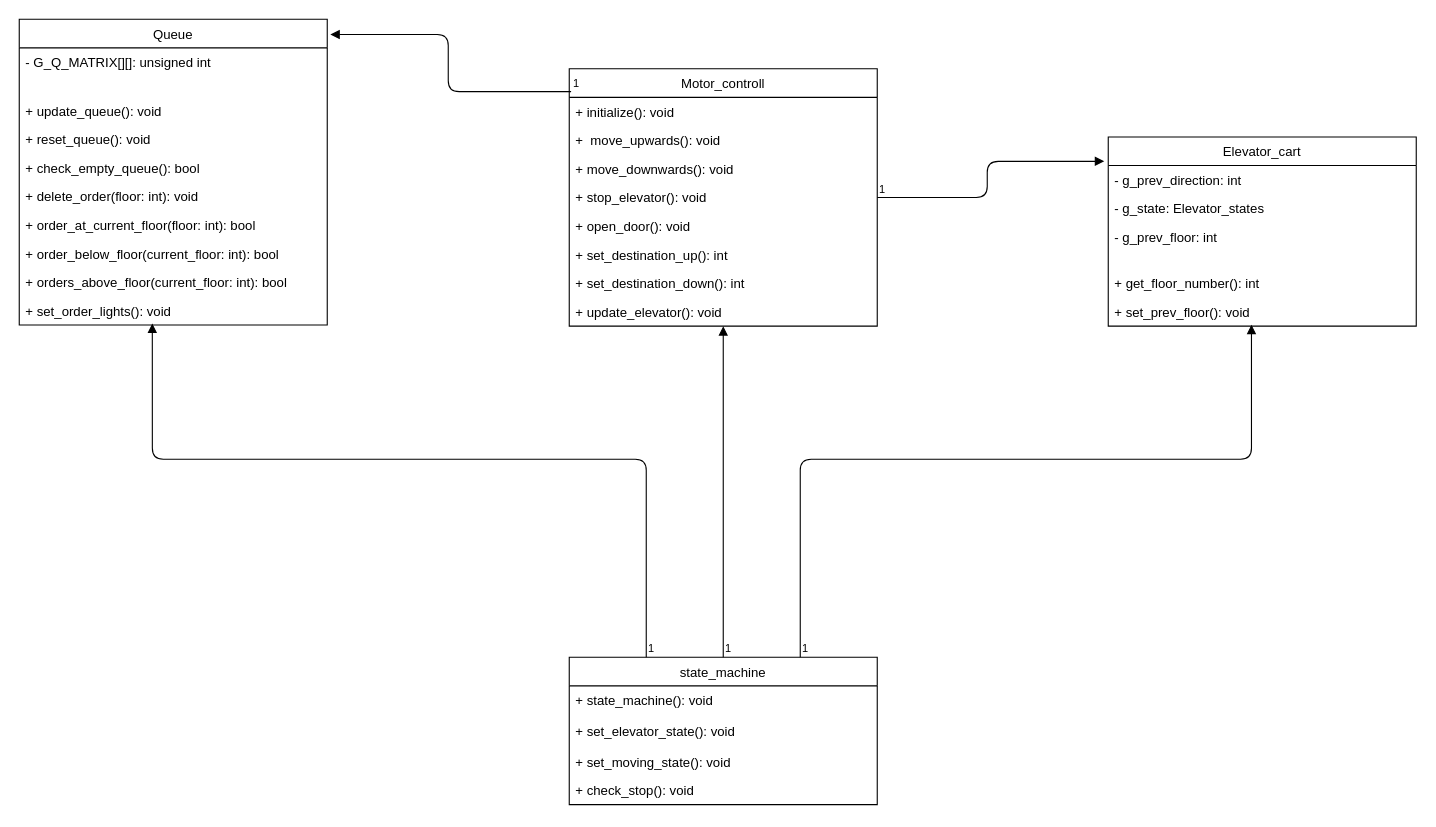
aurorami1211/heilab keeps this draw.io diagram as Untitled Diagram.drawio. Above is the earlier version. Source tidied: cells renumbered, new cells numbered last; positions are measured from the earlier drawing's top-left corner, leaving out a move shared by most shapes. Both pictures are drawn from the tidied source at 110%, with x=0, y=0 at pixel (19, 19).
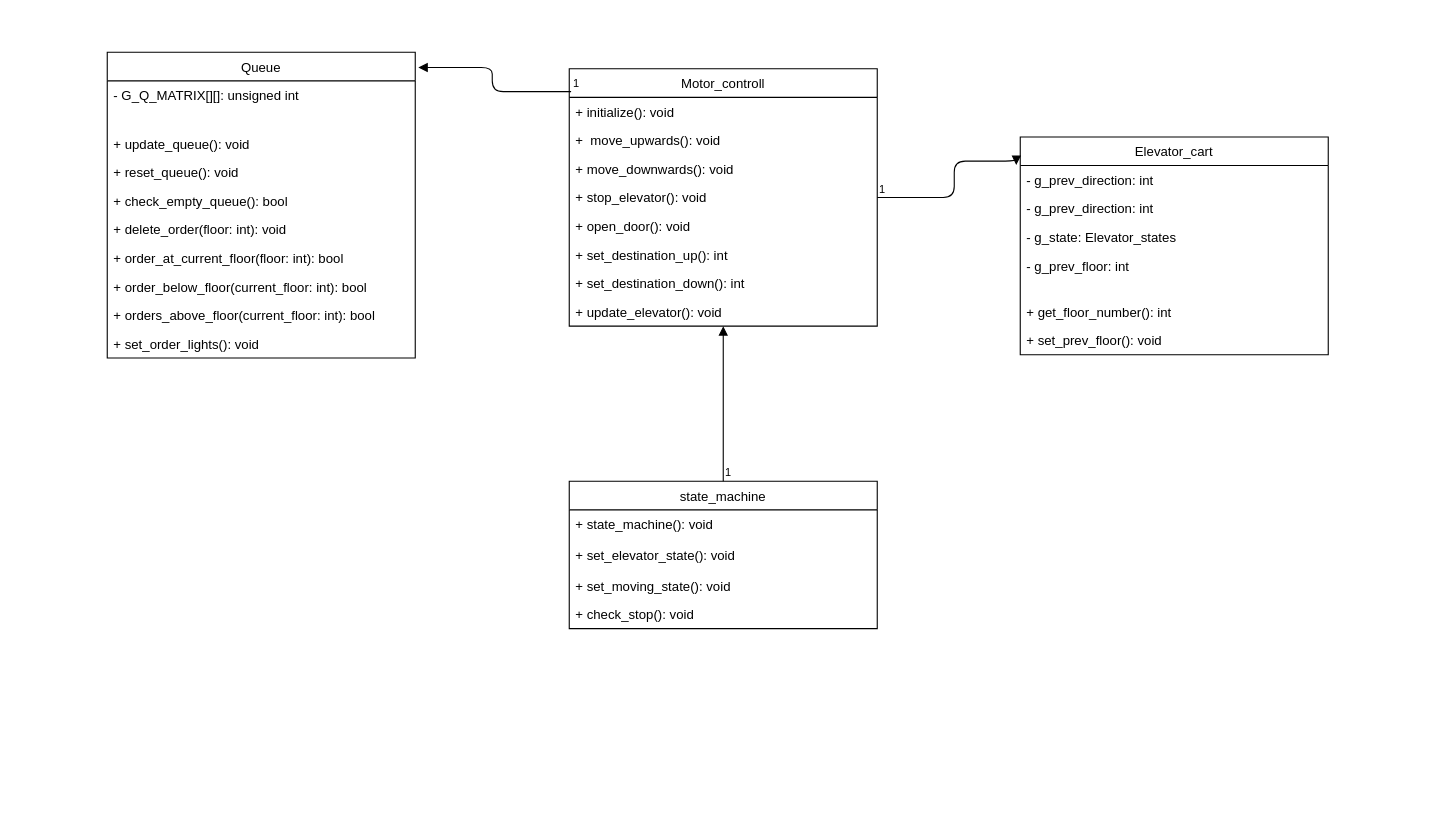
The same diagram, later.

Unchanged cells that the change refers to:
```xml
<mxCell id="17" value="+ set_order_lights(): void" style="text;strokeColor=none;fillColor=none;align=left;verticalAlign=top;spacingLeft=4;spacingRight=4;overflow=hidden;points=[[0,0.5],[1,0.5]];portConstraint=eastwest;" parent="8" vertex="1">
  <mxGeometry y="252" width="280" height="26" as="geometry" />
</mxCell>
<mxCell id="27" value="+ stop_elevator(): void" style="text;strokeColor=none;fillColor=none;align=left;verticalAlign=top;spacingLeft=4;spacingRight=4;overflow=hidden;points=[[0,0.5],[1,0.5]];portConstraint=eastwest;" parent="23" vertex="1">
  <mxGeometry y="104" width="280" height="26" as="geometry" />
</mxCell>
```

Diff of the diagram source:
```diff
@@
     <mxCell id="2" value="Elevator_cart" style="swimlane;fontStyle=0;horizontal=1;startSize=26;fillColor=none;" parent="1" vertex="1">
-      <mxGeometry x="990" y="107" width="280" height="172" as="geometry" />
+      <mxGeometry x="910" y="107" width="280" height="198" as="geometry" />
     </mxCell>
+    <mxCell id="42" value="- g_prev_direction: int" style="text;strokeColor=none;fillColor=none;align=left;verticalAlign=top;spacingLeft=4;spacingRight=4;overflow=hidden;" parent="2" vertex="1">
+      <mxGeometry y="26" width="280" height="26" as="geometry" />
+    </mxCell>
     <mxCell id="3" value="- g_prev_direction: int" style="text;strokeColor=none;fillColor=none;align=left;verticalAlign=top;spacingLeft=4;spacingRight=4;overflow=hidden;" parent="2" vertex="1">
-      <mxGeometry y="26" width="280" height="26" as="geometry" />
+      <mxGeometry y="52" width="280" height="26" as="geometry" />
     </mxCell>
     <mxCell id="4" value="- g_state: Elevator_states" style="text;strokeColor=none;fillColor=none;align=left;verticalAlign=top;spacingLeft=4;spacingRight=4;overflow=hidden;" parent="2" vertex="1">
-      <mxGeometry y="52" width="280" height="26" as="geometry" />
+      <mxGeometry y="78" width="280" height="26" as="geometry" />
     </mxCell>
     <mxCell id="5" value="- g_prev_floor: int" style="text;strokeColor=none;fillColor=none;align=left;verticalAlign=top;spacingLeft=4;spacingRight=4;overflow=hidden;" parent="2" vertex="1">
-      <mxGeometry y="78" width="280" height="42" as="geometry" />
+      <mxGeometry y="104" width="280" height="42" as="geometry" />
     </mxCell>
     <mxCell id="6" value="+ get_floor_number(): int" style="text;strokeColor=none;fillColor=none;align=left;verticalAlign=top;spacingLeft=4;spacingRight=4;overflow=hidden;" parent="2" vertex="1">
-      <mxGeometry y="120" width="280" height="26" as="geometry" />
+      <mxGeometry y="146" width="280" height="26" as="geometry" />
     </mxCell>
     <mxCell id="7" value="+ set_prev_floor(): void" style="text;strokeColor=none;fillColor=none;align=left;verticalAlign=top;spacingLeft=4;spacingRight=4;overflow=hidden;points=[[0,0.5],[1,0.5]];portConstraint=eastwest;" parent="2" vertex="1">
-      <mxGeometry y="146" width="280" height="26" as="geometry" />
+      <mxGeometry y="172" width="280" height="26" as="geometry" />
     </mxCell>
     <mxCell id="8" value="Queue" style="swimlane;fontStyle=0;horizontal=1;startSize=26;fillColor=none;" parent="1" vertex="1">
-      <mxGeometry width="280" height="278" as="geometry" />
+      <mxGeometry x="80" y="30" width="280" height="278" as="geometry" />
     </mxCell>
@@
     <mxCell id="18" value="state_machine" style="swimlane;fontStyle=0;horizontal=1;startSize=26;fillColor=none;" parent="1" vertex="1">
-      <mxGeometry x="500" y="580" width="280" height="134" as="geometry" />
+      <mxGeometry x="500" y="420" width="280" height="134" as="geometry" />
     </mxCell>
@@
     <mxCell id="36" style="endArrow=block;endFill=1;html=1;edgeStyle=orthogonalEdgeStyle;align=left;verticalAlign=top;entryX=-0.013;entryY=0.129;entryDx=0;entryDy=0;exitX=1;exitY=0.5;exitDx=0;exitDy=0;entryPerimeter=0;" parent="1" edge="1" source="27" target="2">
       <mxGeometry x="0.63" y="27" relative="1" as="geometry">
         <Array as="points">
-          <mxPoint x="880" y="162" />
-          <mxPoint x="880" y="129" />
+          <mxPoint x="850" y="162" />
+          <mxPoint x="850" y="129" />
+          <mxPoint x="907" y="129" />
         </Array>
       </mxGeometry>
     </mxCell>
@@
-    <mxCell id="38" style="endArrow=block;endFill=1;html=1;edgeStyle=orthogonalEdgeStyle;align=left;verticalAlign=top;entryX=0.432;entryY=0.949;entryDx=0;entryDy=0;entryPerimeter=0;" parent="1" edge="1" target="17">
-      <mxGeometry x="0.86" y="-20" relative="1" as="geometry">
-        <mxPoint x="570" y="580" as="sourcePoint" />
-        <Array as="points">
-          <mxPoint x="570" y="580" />
-          <mxPoint x="570" y="400" />
-          <mxPoint x="121" y="400" />
-        </Array>
-      </mxGeometry>
-    </mxCell>
-    <mxCell id="39" value="1" style="html=1;align=left;verticalAlign=bottom;labelBackgroundColor=#ffffff;fontSize=10;" parent="38" vertex="1">
-      <mxGeometry x="-1" relative="1" as="geometry" />
-    </mxCell>
-    <mxCell id="40" style="endArrow=block;endFill=1;html=1;edgeStyle=orthogonalEdgeStyle;align=left;verticalAlign=top;entryX=0.465;entryY=0.949;entryDx=0;entryDy=0;entryPerimeter=0;" parent="1" edge="1" target="7">
-      <mxGeometry x="0.86" y="-20" relative="1" as="geometry">
-        <mxPoint x="710" y="580" as="sourcePoint" />
-        <Array as="points">
-          <mxPoint x="710" y="400" />
-          <mxPoint x="1120" y="400" />
-        </Array>
-      </mxGeometry>
-    </mxCell>
-    <mxCell id="41" value="1" style="html=1;align=left;verticalAlign=bottom;labelBackgroundColor=#ffffff;fontSize=10;" parent="40" vertex="1">
-      <mxGeometry x="-1" relative="1" as="geometry" />
-    </mxCell>
```
